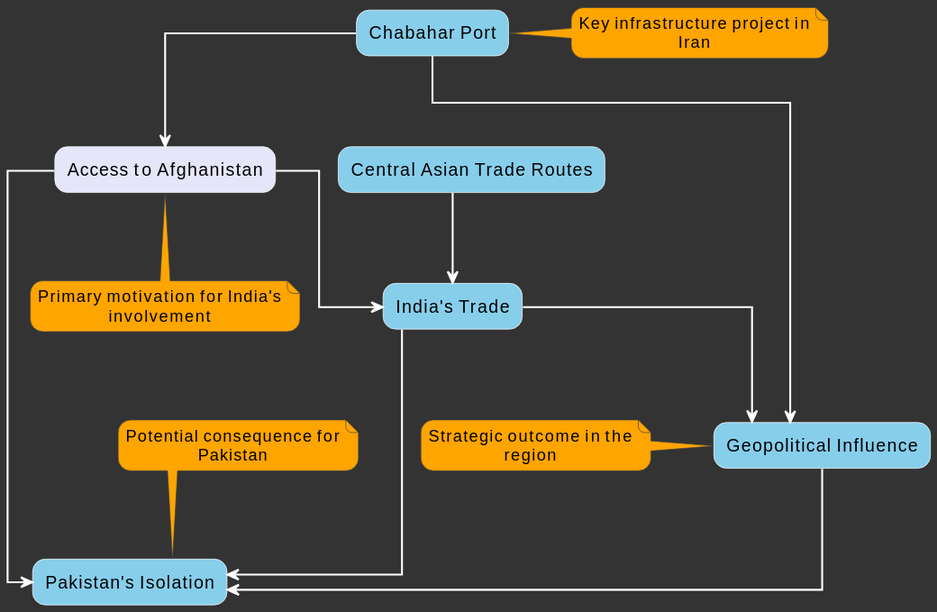
This is tele_3.svg from bolibazaar/upsc_sol_assets, a PlantUML export, as it was before one commit. Source of this version:
```plantuml
@startuml
allowmixing
skinparam backgroundColor #333333
skinparam linetype ortho
skinparam nodesep 50
skinparam ranksep 70
skinparam messageAlignment center
skinparam defaultTextAlignment center
skinparam noteBorderColor #444444
skinparam noteBackgroundColor #FFA500
skinparam ArrowColor white
skinparam ArrowThickness 1.5
skinparam wrapWidth 200
skinparam defaultFontName "Sans-Serif"
skinparam noteFontName "Sans-Serif"
skinparam roundCorner 20
skinparam shadowing false
skinparam defaultFontColor black
skinparam noteFontColor black
skinparam rectangleFontColor black
skinparam rectangleBorderColor white

rectangle "Chabahar Port" #87CEEB
rectangle "India's Trade" #87CEEB
rectangle "Geopolitical Influence" #87CEEB
rectangle "Pakistan's Isolation" #87CEEB
rectangle "Central Asian Trade Routes" #87CEEB
rectangle "Access to Afghanistan" #E6E6FA

"Chabahar Port" --> "Access to Afghanistan"
"Chabahar Port" --> "Geopolitical Influence"

"Access to Afghanistan" --> "India's Trade"
"Access to Afghanistan" --> "Pakistan's Isolation"

"Central Asian Trade Routes" --> "India's Trade"

"India's Trade" --> "Geopolitical Influence"
"India's Trade" --> "Pakistan's Isolation"

"Geopolitical Influence" --> "Pakistan's Isolation"

note right of "Chabahar Port"
  Key infrastructure project in Iran
end note

note bottom of "Access to Afghanistan"
  Primary motivation for India's involvement
end note

note left of "Geopolitical Influence"
  Strategic outcome in the region
end note

note top of "Pakistan's Isolation"
  Potential consequence for Pakistan
end note
@enduml
```
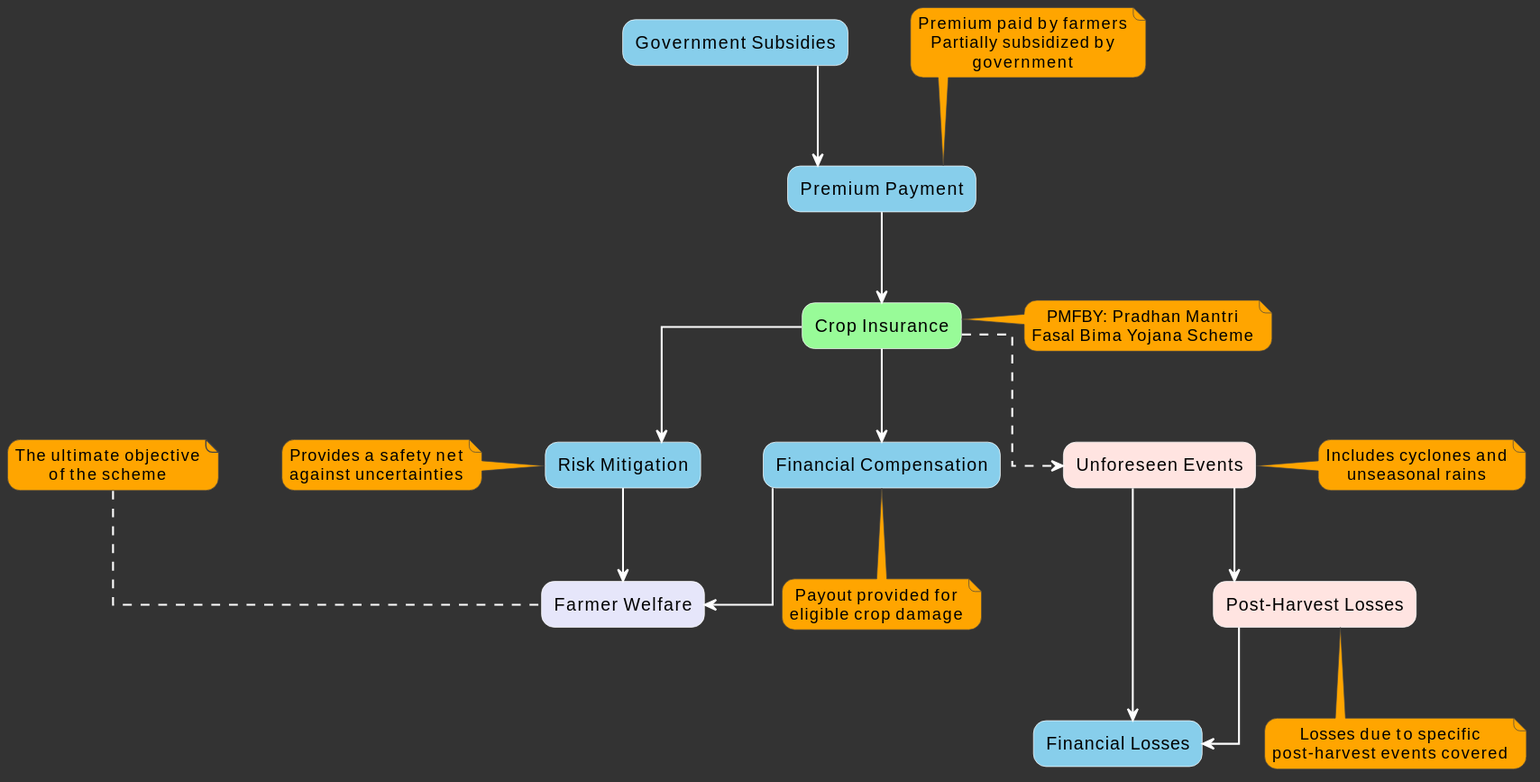
After the change.

What changed in the source:
```diff
@@ -20,39 +20,62 @@
 skinparam rectangleFontColor black
 skinparam rectangleBorderColor white
 
-rectangle "Chabahar Port" #87CEEB
-rectangle "India's Trade" #87CEEB
-rectangle "Geopolitical Influence" #87CEEB
-rectangle "Pakistan's Isolation" #87CEEB
-rectangle "Central Asian Trade Routes" #87CEEB
-rectangle "Access to Afghanistan" #E6E6FA
+rectangle "Financial Losses" #87CEEB
+rectangle "Premium Payment" #87CEEB
+rectangle "Financial Compensation" #87CEEB
+rectangle "Risk Mitigation" #87CEEB
+rectangle "Government Subsidies" #87CEEB
 
-"Chabahar Port" --> "Access to Afghanistan"
-"Chabahar Port" --> "Geopolitical Influence"
+rectangle "Unforeseen Events" #FFE4E1
+rectangle "Post-Harvest Losses" #FFE4E1
 
-"Access to Afghanistan" --> "India's Trade"
-"Access to Afghanistan" --> "Pakistan's Isolation"
+rectangle "Crop Insurance" #98FB98
 
-"Central Asian Trade Routes" --> "India's Trade"
+rectangle "Farmer Welfare" #E6E6FA
 
-"India's Trade" --> "Geopolitical Influence"
-"India's Trade" --> "Pakistan's Isolation"
+"Crop Insurance" ..> "Unforeseen Events"
+"Unforeseen Events" --> "Financial Losses"
+"Unforeseen Events" --> "Post-Harvest Losses"
+"Post-Harvest Losses" --> "Financial Losses"
+"Crop Insurance" --> "Financial Compensation"
+"Financial Compensation" ==> "Farmer Welfare"
+"Crop Insurance" --> "Risk Mitigation"
+"Risk Mitigation" ==> "Farmer Welfare"
+"Premium Payment" --> "Crop Insurance"
+"Government Subsidies" --> "Premium Payment"
 
-"Geopolitical Influence" --> "Pakistan's Isolation"
-
-note right of "Chabahar Port"
-  Key infrastructure project in Iran
+note right of "Crop Insurance"
+  PMFBY: Pradhan Mantri
+  Fasal Bima Yojana Scheme
 end note
 
-note bottom of "Access to Afghanistan"
-  Primary motivation for India's involvement
+note top of "Premium Payment"
+  Premium paid by farmers
+  Partially subsidized by government
 end note
 
-note left of "Geopolitical Influence"
-  Strategic outcome in the region
+note right of "Unforeseen Events"
+  Includes cyclones and
+  unseasonal rains
 end note
 
-note top of "Pakistan's Isolation"
-  Potential consequence for Pakistan
+note bottom of "Post-Harvest Losses"
+  Losses due to specific
+  post-harvest events covered
+end note
+
+note bottom of "Financial Compensation"
+  Payout provided for
+  eligible crop damage
+end note
+
+note left of "Risk Mitigation"
+  Provides a safety net
+  against uncertainties
+end note
+
+note top of "Farmer Welfare"
+  The ultimate objective
+  of the scheme
 end note
 @enduml
```
